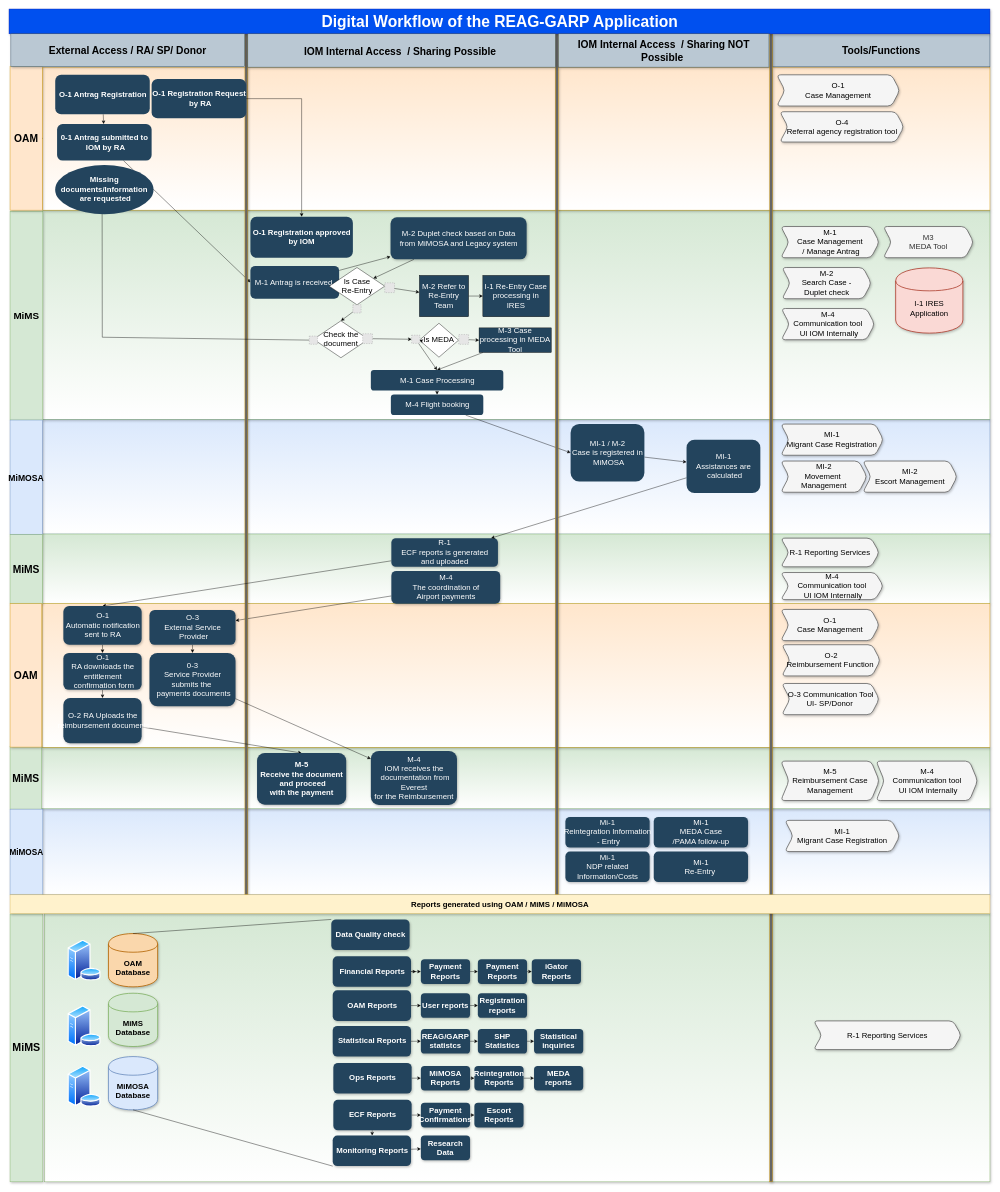
The draw.io diagram page "V2-FINAL" (1 of 4) of IOM-Flowchart.drawio in muhip1/Drawio, before the edit. Source tidied: cells renumbered, new cells numbered last; positions are measured from the earlier drawing's top-left corner, leaving out a move shared by most shapes. Both pictures are drawn from the tidied source at 41%, with x=0, y=0 at pixel (9, 9). Pictures stored in the file or linked from it are replaced by grey dashed boxes.
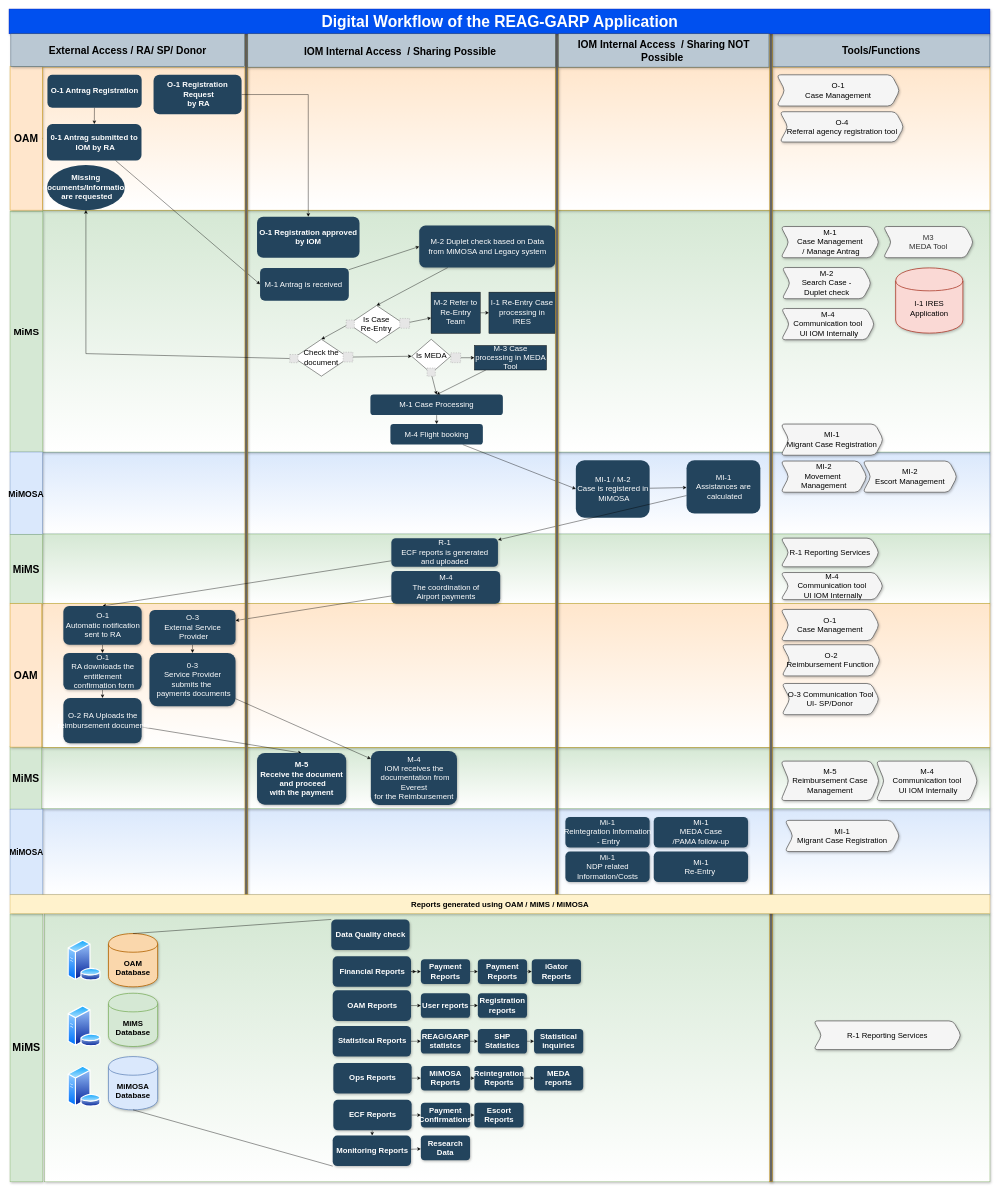
The same diagram, later.

The change refers to these unchanged cells:
```xml
<mxCell id="136" style="group;fontSize=27;fontStyle=1;" parent="1" vertex="1">
  <mxGeometry x="2" y="140" width="80" height="2720" as="geometry" />
</mxCell>
<mxCell id="153" value="Check the document" style="rhombus;whiteSpace=wrap;html=1;fontColor=#000000;fontSize=19;fontStyle=0;" parent="152" vertex="1">
  <mxGeometry x="10.1" width="133.9" height="90" as="geometry" />
</mxCell>
<mxCell id="154" style="fillColor=#E6E6E6;strokeColor=#999999;dashed=1;html=1;verticalAlign=top;verticalLabelPosition=bottom;labelBackgroundColor=#ffffff;fontColor=#000000;fontSize=19;fontStyle=1;" parent="152" vertex="1">
  <mxGeometry y="37.2" width="20" height="20" as="geometry" />
</mxCell>
<mxCell id="155" style="fillColor=#E6E6E6;strokeColor=#999999;dashed=1;html=1;verticalAlign=top;verticalLabelPosition=bottom;labelBackgroundColor=#ffffff;fontColor=#000000;fontSize=19;fontStyle=1;" parent="152" vertex="1">
  <mxGeometry x="130" y="31.5" width="23.9" height="23.9" as="geometry" />
</mxCell>
```

Change to the diagram source:
```diff
@@
     <mxCell id="4" style="whiteSpace=wrap;html=1;shadow=1;fillColor=#dae8fc;strokeColor=#6c8ebf;gradientColor=#ffffff;fontSize=19;fontStyle=1;" parent="1" vertex="1">
-      <mxGeometry x="82" y="1000" width="2310" height="280" as="geometry" />
+      <mxGeometry x="82" y="1080" width="2310" height="200" as="geometry" />
     </mxCell>
     <mxCell id="5" style="whiteSpace=wrap;html=1;shadow=1;fillColor=#d5e8d4;strokeColor=#82b366;gradientColor=#ffffff;fontSize=19;fontStyle=1;" parent="1" vertex="1">
-      <mxGeometry x="82" y="490" width="2310" height="510" as="geometry" />
+      <mxGeometry x="82" y="490" width="2310" height="590" as="geometry" />
     </mxCell>
@@
     <mxCell id="11" value="&lt;span style=&quot;color: rgb(255, 255, 255); font-size: 19px;&quot;&gt;0-1 Antrag submitted to&lt;/span&gt;&lt;br style=&quot;color: rgb(255, 255, 255); font-size: 19px;&quot;&gt;&lt;span style=&quot;color: rgb(255, 255, 255); font-size: 19px;&quot;&gt;&amp;nbsp;IOM by RA&lt;/span&gt;" style="rounded=1;fillColor=#23445D;strokeColor=none;strokeWidth=2;fontFamily=Helvetica;html=1;gradientColor=none;fontSize=19;fontStyle=1;" parent="1" vertex="1">
-      <mxGeometry x="116.7" y="280" width="230.6" height="89" as="geometry" />
+      <mxGeometry x="92" y="280" width="230.6" height="89" as="geometry" />
     </mxCell>
@@
     <mxCell id="15" value="&lt;font color=&quot;#ffffff&quot; style=&quot;font-size: 19px;&quot;&gt;O-1 Antrag Registration&lt;/font&gt;" style="rounded=1;fillColor=#23445D;strokeColor=none;strokeWidth=2;fontFamily=Helvetica;html=1;gradientColor=none;fontSize=19;fontStyle=1;" parent="1" vertex="1">
-      <mxGeometry x="112.2" y="160" width="230.6" height="96.1" as="geometry" />
+      <mxGeometry x="93.2" y="160" width="229.8" height="80" as="geometry" />
     </mxCell>
@@
     <mxCell id="17" value="&lt;font color=&quot;#ffffff&quot; style=&quot;font-size: 19px;&quot;&gt;M-1 Antrag is&amp;nbsp;received&amp;nbsp;&lt;/font&gt;" style="rounded=1;fillColor=#23445D;strokeColor=none;strokeWidth=2;fontFamily=Helvetica;html=1;gradientColor=none;fontSize=19;fontStyle=0;" parent="1" vertex="1">
-      <mxGeometry x="588.2" y="626.1" width="216.5" height="80" as="geometry" />
+      <mxGeometry x="611.8" y="630.9" width="216.5" height="80" as="geometry" />
     </mxCell>
-    <mxCell id="18" style="edgeStyle=none;rounded=0;jettySize=auto;html=1;strokeWidth=1;fontColor=#000000;fontSize=19;fontStyle=1;" parent="1" edge="1" source="17" target="20">
+    <mxCell id="18" style="edgeStyle=none;rounded=0;jettySize=auto;html=1;strokeWidth=1;fontColor=#000000;fontSize=19;fontStyle=1;entryX=0;entryY=0.5;entryDx=0;entryDy=0;" parent="1" edge="1" source="17" target="20">
       <mxGeometry relative="1" as="geometry" />
     </mxCell>
-    <mxCell id="19" style="edgeStyle=none;rounded=0;jettySize=auto;html=1;strokeWidth=1;fontSize=19;fontColor=#FFFFFF;fontStyle=1;" parent="1" edge="1" source="20" target="64">
+    <mxCell id="19" style="edgeStyle=none;rounded=0;jettySize=auto;html=1;strokeWidth=1;fontSize=19;fontColor=#FFFFFF;fontStyle=1;entryX=0.5;entryY=0;entryDx=0;entryDy=0;" parent="1" edge="1" source="20" target="64">
       <mxGeometry relative="1" as="geometry" />
     </mxCell>
     <mxCell id="20" value="&lt;span style=&quot;color: rgb(255, 255, 255); font-size: 19px;&quot;&gt;M-2 Duplet check based on Data&lt;/span&gt;&lt;br style=&quot;color: rgb(255, 255, 255); font-size: 19px;&quot;&gt;&lt;span style=&quot;color: rgb(255, 255, 255); font-size: 19px;&quot;&gt;from MiMOSA and Legacy system&lt;/span&gt;" style="rounded=1;fillColor=#23445D;strokeColor=none;strokeWidth=2;fontFamily=Helvetica;html=1;gradientColor=none;shadow=1;fontSize=19;fontStyle=0;" parent="1" vertex="1">
-      <mxGeometry x="930" y="507.6" width="332" height="102.4" as="geometry" />
+      <mxGeometry x="1000" y="527.6" width="332" height="102.4" as="geometry" />
     </mxCell>
@@
     <mxCell id="63" value="M-3 Case processing in MEDA Tool" style="whiteSpace=wrap;html=1;fillColor=#23445D;fontColor=#FFFFFF;fontSize=19;fontStyle=0;" parent="1" vertex="1">
-      <mxGeometry x="1146" y="777.2" width="176" height="60" as="geometry" />
+      <mxGeometry x="1134.5" y="820" width="176" height="60" as="geometry" />
     </mxCell>
     <mxCell id="64" value="Is Case &lt;br style=&quot;font-size: 19px;&quot;&gt;Re-Entry" style="rhombus;whiteSpace=wrap;html=1;fontColor=#000000;fontSize=19;fontStyle=0;" parent="1" vertex="1">
-      <mxGeometry x="780.5" y="630" width="135.4" height="90.9" as="geometry" />
+      <mxGeometry x="828.3" y="722.6" width="135.4" height="90.9" as="geometry" />
     </mxCell>
     <mxCell id="65" value="Is MEDA" style="rhombus;whiteSpace=wrap;html=1;fontColor=#000000;fontSize=19;fontStyle=0;" parent="1" vertex="1">
-      <mxGeometry x="1000.4" y="765.9" width="95.5" height="82.8" as="geometry" />
+      <mxGeometry x="981.5" y="805" width="95.5" height="82.8" as="geometry" />
     </mxCell>
     <mxCell id="66" style="fillColor=#E6E6E6;strokeColor=#999999;dashed=1;html=1;verticalAlign=top;verticalLabelPosition=bottom;labelBackgroundColor=#ffffff;fontColor=#000000;fontSize=19;fontStyle=1;" parent="1" vertex="1">
-      <mxGeometry x="915.9" y="667.3" width="23.9" height="23.9" as="geometry" />
+      <mxGeometry x="952.6" y="754.2" width="23.9" height="23.9" as="geometry" />
     </mxCell>
-    <mxCell id="67" style="edgeStyle=none;rounded=0;jettySize=auto;html=1;strokeWidth=1;fontSize=19;fontColor=#FFFFFF;entryX=0.5;entryY=0;entryDx=0;entryDy=0;fontStyle=1;" parent="1" edge="1" source="68" target="153">
+    <mxCell id="67" style="edgeStyle=none;rounded=0;jettySize=auto;html=1;strokeWidth=1;fontSize=19;fontColor=#FFFFFF;entryX=0.5;entryY=0;entryDx=0;entryDy=0;fontStyle=1;exitX=0;exitY=0.5;exitDx=0;exitDy=0;" parent="1" edge="1" source="64" target="153">
       <mxGeometry relative="1" as="geometry" />
     </mxCell>
     <mxCell id="68" style="fillColor=#E6E6E6;strokeColor=#999999;dashed=1;html=1;verticalAlign=top;verticalLabelPosition=bottom;labelBackgroundColor=#ffffff;fontColor=#000000;fontSize=19;fontStyle=1;" parent="1" vertex="1">
-      <mxGeometry x="838.2" y="720.9" width="20" height="20" as="geometry" />
+      <mxGeometry x="821.9" y="758" width="20" height="20" as="geometry" />
     </mxCell>
     <mxCell id="69" value="I-1&amp;nbsp;Re-Entry Case processing in IRES" style="whiteSpace=wrap;html=1;fillColor=#23445D;fontColor=#FFFFFF;fontSize=19;fontStyle=0;" parent="1" vertex="1">
-      <mxGeometry x="1155.2" y="649.2" width="162" height="100.8" as="geometry" />
+      <mxGeometry x="1170" y="690" width="162" height="100.8" as="geometry" />
     </mxCell>
-    <mxCell id="70" style="edgeStyle=none;rounded=0;jettySize=auto;html=1;strokeWidth=1;fontSize=19;fontColor=#FFFFFF;entryX=0.5;entryY=1;entryDx=0;entryDy=0;fontStyle=1;" parent="1" edge="1" source="154">
+    <mxCell id="70" style="edgeStyle=none;rounded=0;jettySize=auto;html=1;strokeWidth=1;fontSize=19;fontColor=#FFFFFF;entryX=0.5;entryY=1;entryDx=0;entryDy=0;fontStyle=1;" parent="1" edge="1" source="154" target="78">
       <mxGeometry relative="1" as="geometry">
-        <mxPoint x="226.6" y="490" as="targetPoint" />
         <Array as="points">
-          <mxPoint x="227" y="800" />
+          <mxPoint x="187" y="840" />
         </Array>
       </mxGeometry>
     </mxCell>
-    <mxCell id="71" style="edgeStyle=none;rounded=0;jettySize=auto;html=1;strokeWidth=1;fontSize=19;fontColor=#FFFFFF;entryX=0;entryY=0.5;entryDx=0;entryDy=0;fontStyle=1;" parent="1" edge="1" source="150" target="65">
-      <mxGeometry relative="1" as="geometry" />
-    </mxCell>
@@
     <mxCell id="73" style="fillColor=#E6E6E6;strokeColor=#999999;dashed=1;html=1;verticalAlign=top;verticalLabelPosition=bottom;labelBackgroundColor=#ffffff;fontColor=#000000;fontSize=19;fontStyle=1;" parent="1" vertex="1">
-      <mxGeometry x="1096.5" y="793.4" width="23.9" height="23.9" as="geometry" />
+      <mxGeometry x="1077" y="838.1" width="23.9" height="23.9" as="geometry" />
     </mxCell>
@@
     <mxCell id="75" value="M-4&amp;nbsp;Flight booking" style="rounded=1;fillColor=#23445D;strokeColor=none;strokeWidth=2;fontFamily=Helvetica;html=1;gradientColor=none;fontColor=#FFFFFF;fontSize=19;fontStyle=0;" parent="1" vertex="1">
-      <mxGeometry x="930.8" y="940" width="225.5" height="50" as="geometry" />
+      <mxGeometry x="929.7" y="1011.8" width="225.5" height="50" as="geometry" />
     </mxCell>
@@
     <mxCell id="77" value="M-1 Case Processing" style="rounded=1;fillColor=#23445D;strokeColor=none;strokeWidth=2;fontFamily=Helvetica;html=1;gradientColor=none;fontColor=#FFFFFF;fontSize=19;fontStyle=0;" parent="1" vertex="1">
-      <mxGeometry x="882" y="880" width="323.1" height="50" as="geometry" />
+      <mxGeometry x="880.9" y="940" width="323.1" height="50" as="geometry" />
     </mxCell>
     <mxCell id="78" value="&lt;span style=&quot;color: rgb(255, 255, 255); font-size: 19px;&quot;&gt;Missing documents/Information&lt;/span&gt;&lt;br style=&quot;color: rgb(255, 255, 255); font-size: 19px;&quot;&gt;&lt;span style=&quot;color: rgb(255, 255, 255); font-size: 19px;&quot;&gt;&amp;nbsp;are requested&lt;/span&gt;" style="ellipse;whiteSpace=wrap;html=1;rounded=1;strokeColor=none;strokeWidth=2;fillColor=#23445D;fontSize=19;fontStyle=1;" parent="1" vertex="1">
-      <mxGeometry x="112" y="380" width="240" height="120" as="geometry" />
+      <mxGeometry x="92" y="380" width="190" height="110" as="geometry" />
     </mxCell>
@@
     <mxCell id="82" value="MI-1 / M-2&lt;br style=&quot;font-size: 19px;&quot;&gt;Case is registered in&lt;br style=&quot;font-size: 19px;&quot;&gt;&amp;nbsp;MiMOSA" style="rounded=1;fillColor=#23445D;strokeColor=none;strokeWidth=2;fontFamily=Helvetica;html=1;gradientColor=none;fontColor=#FFFFFF;fontSize=19;fontStyle=0;" parent="1" vertex="1">
-      <mxGeometry x="1369.2" y="1011.8" width="180" height="140" as="geometry" />
+      <mxGeometry x="1382" y="1100" width="180" height="140" as="geometry" />
     </mxCell>
@@
     <mxCell id="84" value="MI-1&lt;br style=&quot;font-size: 19px;&quot;&gt;Assistances are&lt;br style=&quot;font-size: 19px;&quot;&gt;&amp;nbsp;calculated" style="rounded=1;fillColor=#23445D;strokeColor=none;strokeWidth=2;fontFamily=Helvetica;html=1;gradientColor=none;fontColor=#FFFFFF;fontSize=19;fontStyle=0;" parent="1" vertex="1">
-      <mxGeometry x="1652" y="1050" width="180" height="130" as="geometry" />
+      <mxGeometry x="1652" y="1100" width="180" height="130" as="geometry" />
     </mxCell>
@@
     <mxCell id="131" value="M-2 Refer to Re-Entry Team" style="whiteSpace=wrap;html=1;fillColor=#23445D;fontColor=#FFFFFF;fontSize=19;fontStyle=0;" parent="1" vertex="1">
-      <mxGeometry x="1000.4" y="649.2" width="120" height="100.8" as="geometry" />
+      <mxGeometry x="1028.9" y="690" width="120" height="100.8" as="geometry" />
     </mxCell>
@@
     <mxCell id="137" value="&lt;font style=&quot;font-size: 24px;&quot;&gt;MiMS&lt;/font&gt;" style="whiteSpace=wrap;html=1;shadow=1;fillColor=#d5e8d4;strokeColor=#82b366;fontStyle=1;fontSize=24;" parent="136" vertex="1">
-      <mxGeometry y="352.6" width="80" height="509.4" as="geometry" />
+      <mxGeometry y="352.6" width="80" height="587.4" as="geometry" />
     </mxCell>
     <mxCell id="138" value="&lt;font style=&quot;font-size: 21px;&quot;&gt;MiMOSA&lt;/font&gt;" style="whiteSpace=wrap;html=1;shadow=1;fillColor=#dae8fc;strokeColor=#6c8ebf;fontStyle=1;fontSize=21;" parent="136" vertex="1">
-      <mxGeometry y="862" width="79.2" height="279.7" as="geometry" />
+      <mxGeometry y="940" width="79.2" height="201.7" as="geometry" />
     </mxCell>
@@
-    <mxCell id="149" style="rounded=0;jettySize=auto;html=1;fontSize=26;entryX=0.5;entryY=0;entryDx=0;entryDy=0;" parent="1" edge="1" source="150" target="77">
+    <mxCell id="149" style="rounded=0;jettySize=auto;html=1;fontSize=26;entryX=0.5;entryY=0;entryDx=0;entryDy=0;exitX=0.5;exitY=1;exitDx=0;exitDy=0;" parent="1" edge="1" source="65" target="77">
       <mxGeometry relative="1" as="geometry" />
     </mxCell>
     <mxCell id="150" style="fillColor=#E6E6E6;strokeColor=#999999;dashed=1;html=1;verticalAlign=top;verticalLabelPosition=bottom;labelBackgroundColor=#ffffff;fontColor=#000000;fontSize=19;fontStyle=1;" parent="1" vertex="1">
-      <mxGeometry x="981.5" y="795" width="20" height="20" as="geometry" />
+      <mxGeometry x="1019.2" y="875" width="20" height="20" as="geometry" />
     </mxCell>
-    <mxCell id="151" style="edgeStyle=none;rounded=0;jettySize=auto;html=1;strokeWidth=1;fontSize=19;fontColor=#FFFFFF;entryX=0;entryY=0.5;entryDx=0;entryDy=0;fontStyle=1;" parent="1" edge="1" source="155" target="150">
+    <mxCell id="151" style="edgeStyle=none;rounded=0;jettySize=auto;html=1;strokeWidth=1;fontSize=19;fontColor=#FFFFFF;entryX=0;entryY=0.5;entryDx=0;entryDy=0;fontStyle=1;" parent="1" edge="1" source="155" target="65">
       <mxGeometry relative="1" as="geometry" />
     </mxCell>
     <mxCell id="152" style="group;" parent="1" vertex="1">
-      <mxGeometry x="732" y="760" width="153.9" height="90" as="geometry" />
+      <mxGeometry x="684.3" y="805" width="153.9" height="90" as="geometry" />
     </mxCell>
@@
-    <mxCell id="157" value="&lt;font color=&quot;#ffffff&quot; style=&quot;font-size: 19px&quot;&gt;O-1 Registration Request&lt;br&gt;&amp;nbsp;by RA&lt;/font&gt;" style="rounded=1;fillColor=#23445D;strokeColor=none;strokeWidth=2;fontFamily=Helvetica;html=1;gradientColor=none;fontSize=19;fontStyle=1;" parent="1" vertex="1">
-      <mxGeometry x="347.3" y="170" width="230.6" height="96.1" as="geometry" />
+    <mxCell id="157" value="&lt;font color=&quot;#ffffff&quot; style=&quot;font-size: 19px&quot;&gt;O-1 Registration&lt;br&gt;&amp;nbsp;Request&lt;br&gt;&amp;nbsp;by RA&lt;/font&gt;" style="rounded=1;fillColor=#23445D;strokeColor=none;strokeWidth=2;fontFamily=Helvetica;html=1;gradientColor=none;fontSize=19;fontStyle=1;" parent="1" vertex="1">
+      <mxGeometry x="352" y="160" width="214.7" height="96.1" as="geometry" />
     </mxCell>
     <mxCell id="158" value="&lt;font color=&quot;#ffffff&quot; style=&quot;font-size: 19px&quot;&gt;O-1 Registration approved &lt;br&gt;by IOM&lt;/font&gt;" style="rounded=1;fillColor=#23445D;strokeColor=none;strokeWidth=2;fontFamily=Helvetica;html=1;gradientColor=none;fontSize=19;fontStyle=1;" parent="1" vertex="1">
-      <mxGeometry x="588.2" y="506.1" width="250" height="100" as="geometry" />
+      <mxGeometry x="604.4" y="506.1" width="250" height="100" as="geometry" />
     </mxCell>
```
